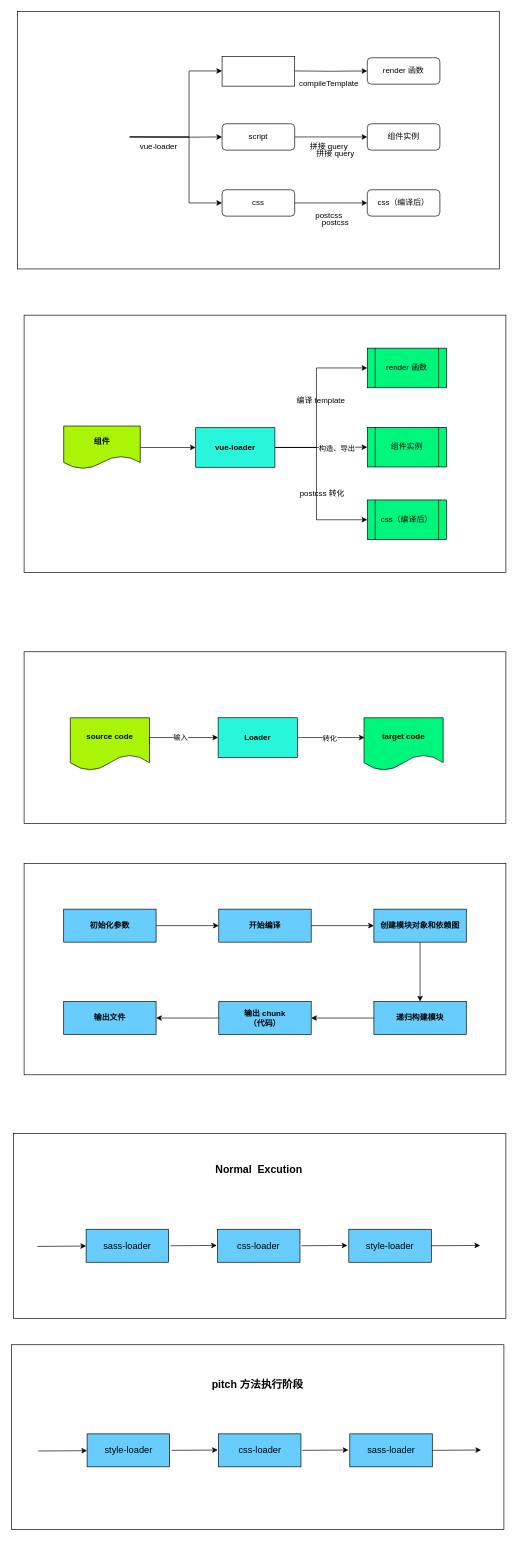
This is Untitled scoped css.drawio from WJCHumble/graph-asserts, a draw.io file, before an edit. Source tidied: cells renumbered, new cells numbered last; positions are measured from the earlier drawing's top-left corner, leaving out a move shared by most shapes. Both pictures are drawn from the tidied source at 66%, with x=0, y=0 at pixel (11, 11).
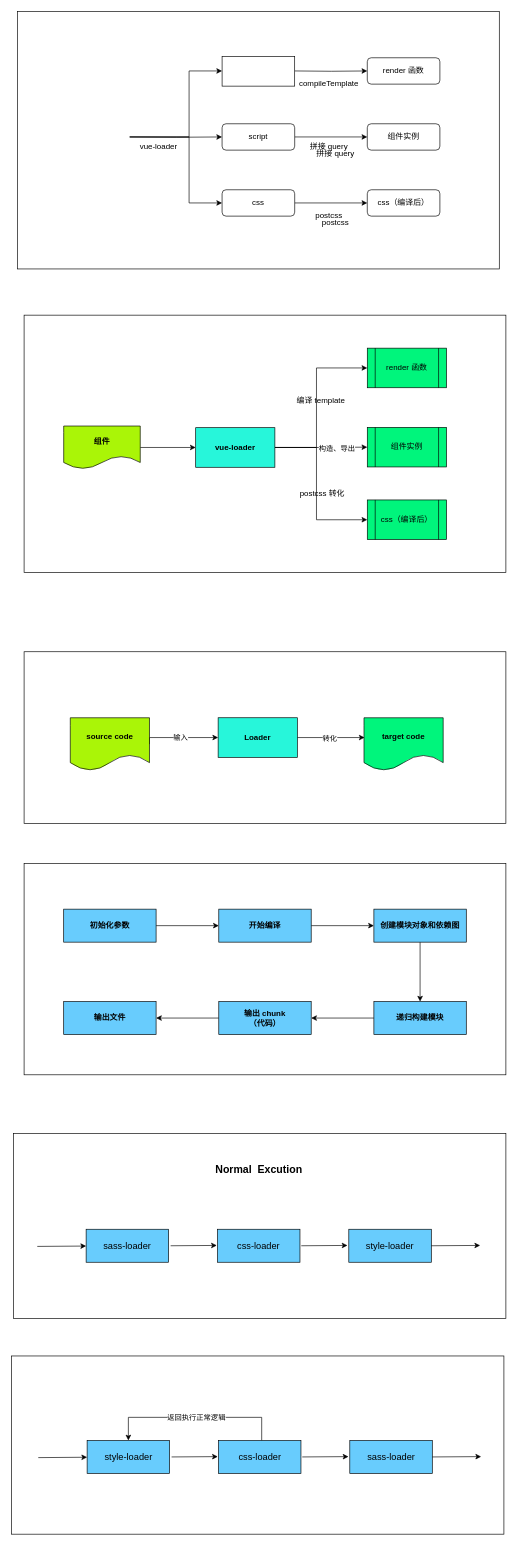
The same page after the edit.

The edit, as a diff of the source:
```diff
@@
     <mxCell id="63" style="rounded=0;whiteSpace=wrap;html=1;" parent="1" vertex="1">
-      <mxGeometry y="2020" width="746" height="280" as="geometry" />
+      <mxGeometry y="2037" width="746" height="270" as="geometry" />
     </mxCell>
-    <mxCell id="64" value="&lt;span style=&quot;font-size: 16px&quot;&gt;&lt;b&gt;pitch 方法执行阶段&lt;/b&gt;&lt;/span&gt;" style="text;html=1;strokeColor=none;fillColor=none;align=center;verticalAlign=middle;whiteSpace=wrap;rounded=0;" parent="1" vertex="1">
-      <mxGeometry x="253" y="2070" width="240" height="20" as="geometry" />
-    </mxCell>
     <mxCell id="65" value="&lt;font style=&quot;font-size: 14px&quot;&gt;style-loader&lt;/font&gt;" style="rounded=0;whiteSpace=wrap;html=1;fillColor=#68CCFD;" parent="1" vertex="1">
-      <mxGeometry x="114.5" y="2155" width="125" height="50" as="geometry" />
+      <mxGeometry x="114.5" y="2165" width="125" height="50" as="geometry" />
     </mxCell>
+    <mxCell id="72" style="edgeStyle=orthogonalEdgeStyle;rounded=0;jettySize=auto;html=1;entryX=0.5;entryY=0;entryDx=0;entryDy=0;" parent="1" edge="1" source="66" target="65">
+      <mxGeometry relative="1" as="geometry">
+        <Array as="points">
+          <mxPoint x="379" y="2130" />
+          <mxPoint x="177" y="2130" />
+        </Array>
+      </mxGeometry>
+    </mxCell>
+    <mxCell id="73" value="返回执行正常逻辑" style="edgeLabel;html=1;align=center;verticalAlign=middle;" parent="72" vertex="1">
+      <mxGeometry x="0.13" relative="1" as="geometry">
+        <mxPoint x="19" as="offset" />
+      </mxGeometry>
+    </mxCell>
     <mxCell id="66" value="&lt;font style=&quot;font-size: 14px&quot;&gt;css-loader&lt;/font&gt;" style="rounded=0;whiteSpace=wrap;html=1;fillColor=#68CCFD;" parent="1" vertex="1">
-      <mxGeometry x="313.5" y="2155" width="125" height="50" as="geometry" />
+      <mxGeometry x="313.5" y="2165" width="125" height="50" as="geometry" />
     </mxCell>
     <mxCell id="67" value="&lt;font style=&quot;font-size: 14px&quot;&gt;sass-loader&lt;/font&gt;" style="rounded=0;whiteSpace=wrap;html=1;fillColor=#68CCFD;" parent="1" vertex="1">
-      <mxGeometry x="512.5" y="2155" width="125" height="50" as="geometry" />
+      <mxGeometry x="512.5" y="2165" width="125" height="50" as="geometry" />
     </mxCell>
     <mxCell id="68" style="endArrow=classic;html=1;" parent="1" edge="1" target="65">
       <mxGeometry relative="1" as="geometry">
-        <mxPoint x="40.5" y="2181" as="sourcePoint" />
+        <mxPoint x="40.5" y="2191" as="sourcePoint" />
       </mxGeometry>
     </mxCell>
     <mxCell id="69" style="endArrow=classic;html=1;" parent="1" edge="1">
       <mxGeometry relative="1" as="geometry">
-        <mxPoint x="242.5" y="2180" as="sourcePoint" />
-        <mxPoint x="312.5" y="2179.5" as="targetPoint" />
+        <mxPoint x="242.5" y="2190" as="sourcePoint" />
+        <mxPoint x="312.5" y="2189.5" as="targetPoint" />
       </mxGeometry>
     </mxCell>
     <mxCell id="70" style="endArrow=classic;html=1;" parent="1" edge="1">
       <mxGeometry relative="1" as="geometry">
-        <mxPoint x="440.5" y="2180" as="sourcePoint" />
-        <mxPoint x="510.5" y="2179.5" as="targetPoint" />
+        <mxPoint x="440.5" y="2190" as="sourcePoint" />
+        <mxPoint x="510.5" y="2189.5" as="targetPoint" />
       </mxGeometry>
     </mxCell>
     <mxCell id="71" style="endArrow=classic;html=1;" parent="1" edge="1">
       <mxGeometry relative="1" as="geometry">
-        <mxPoint x="637.5" y="2180" as="sourcePoint" />
-        <mxPoint x="711.5" y="2179.5" as="targetPoint" />
+        <mxPoint x="637.5" y="2190" as="sourcePoint" />
+        <mxPoint x="711.5" y="2189.5" as="targetPoint" />
       </mxGeometry>
     </mxCell>
```
